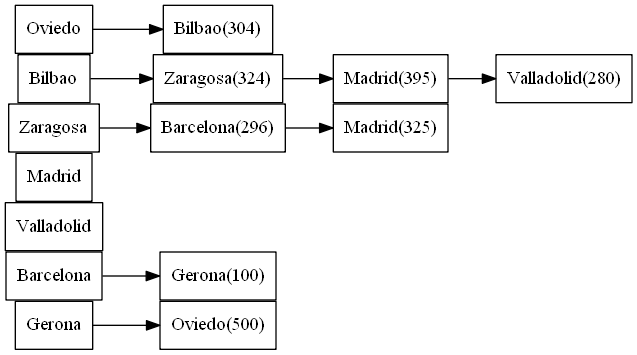
The Graphviz diagram [EDD]Proyecto2_Junio2020/ListaAdyacencia.png in Sergio-Sebastian/-EDD-Proyecto2_Junio2020_201709159, before a commit. Its source is kept beside it as [EDD]Proyecto2_Junio2020/ListaAdyacencia.dot. The source it was exported from:
```dot
digraph D {
rankdir=LR
node[shape=rectangle]
nodesep=0;

"Oviedo"->"Bilbao(304)";
"Oviedo"->"Bilbao"[style=invis];"Bilbao"->"Zaragosa(324)";
"Zaragosa(324)"->"Madrid(395)";
"Madrid(395)"->"Valladolid(280)";
"Bilbao"->"Zaragosa"[style=invis];"Zaragosa"->"Barcelona(296)";
"Barcelona(296)"->"Madrid(325)";
"Zaragosa"->"Madrid"[style=invis];"Madrid"->"Valladolid"[style=invis];"Valladolid"->"Barcelona"[style=invis];"Barcelona"->"Gerona(100)";
"Barcelona"->"Gerona"[style=invis];"Gerona"->"Oviedo(500)";
{rank=same;"Oviedo";"Bilbao";"Bilbao";"Zaragosa";"Zaragosa";"Madrid";"Valladolid";"Barcelona";"Barcelona";"Gerona";"Gerona";}

}
```
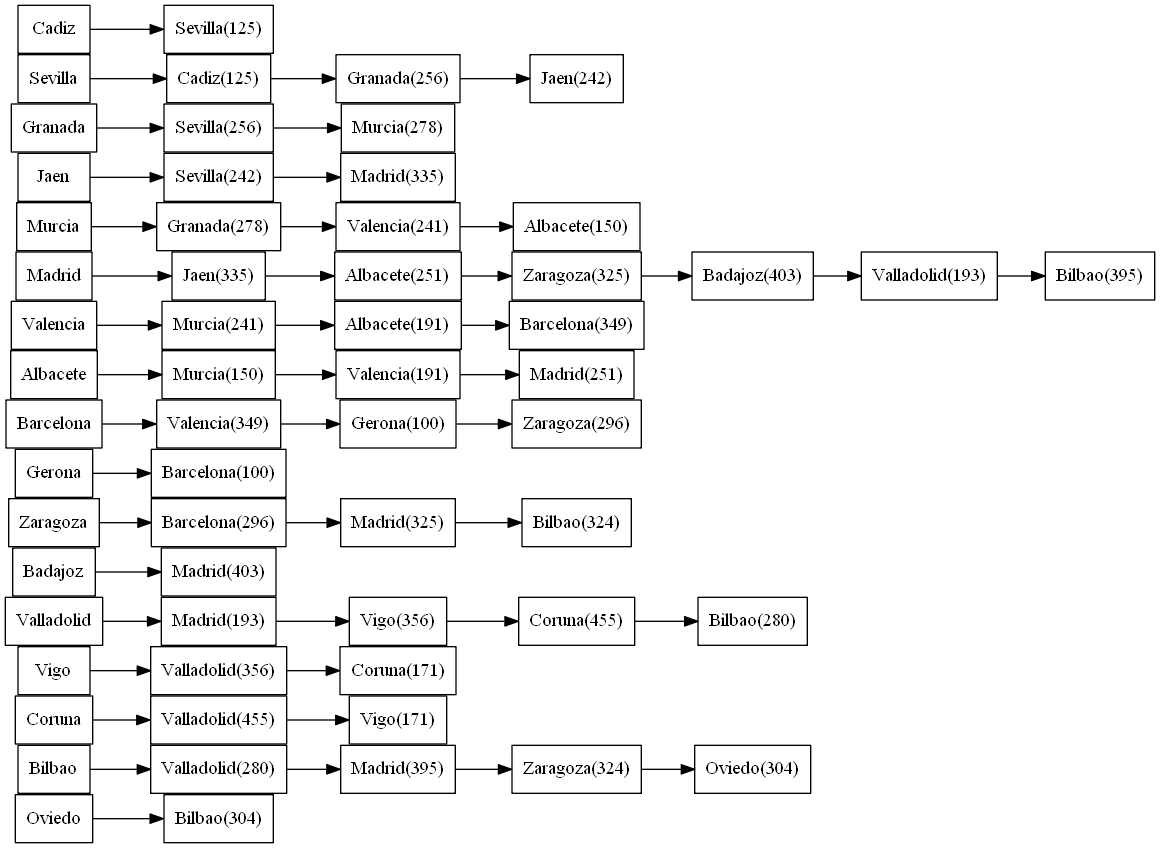
The same diagram one commit later.

The edit, as a diff of the source:
```diff
@@ -3,14 +3,50 @@
 node[shape=rectangle]
 nodesep=0;
 
-"Oviedo"->"Bilbao(304)";
-"Oviedo"->"Bilbao"[style=invis];"Bilbao"->"Zaragosa(324)";
-"Zaragosa(324)"->"Madrid(395)";
-"Madrid(395)"->"Valladolid(280)";
-"Bilbao"->"Zaragosa"[style=invis];"Zaragosa"->"Barcelona(296)";
+"Cadiz"->"Sevilla(125)";
+"Cadiz"->"Sevilla"[style=invis];"Sevilla"->"Cadiz(125)";
+"Cadiz(125)"->"Granada(256)";
+"Granada(256)"->"Jaen(242)";
+"Sevilla"->"Granada"[style=invis];"Granada"->"Sevilla(256)";
+"Sevilla(256)"->"Murcia(278)";
+"Granada"->"Jaen"[style=invis];"Jaen"->"Sevilla(242)";
+"Sevilla(242)"->"Madrid(335)";
+"Jaen"->"Murcia"[style=invis];"Murcia"->"Granada(278)";
+"Granada(278)"->"Valencia(241)";
+"Valencia(241)"->"Albacete(150)";
+"Murcia"->"Madrid"[style=invis];"Madrid"->"Jaen(335)";
+"Jaen(335)"->"Albacete(251)";
+"Albacete(251)"->"Zaragoza(325)";
+"Zaragoza(325)"->"Badajoz(403)";
+"Badajoz(403)"->"Valladolid(193)";
+"Valladolid(193)"->"Bilbao(395)";
+"Madrid"->"Valencia"[style=invis];"Valencia"->"Murcia(241)";
+"Murcia(241)"->"Albacete(191)";
+"Albacete(191)"->"Barcelona(349)";
+"Valencia"->"Albacete"[style=invis];"Albacete"->"Murcia(150)";
+"Murcia(150)"->"Valencia(191)";
+"Valencia(191)"->"Madrid(251)";
+"Albacete"->"Barcelona"[style=invis];"Barcelona"->"Valencia(349)";
+"Valencia(349)"->"Gerona(100)";
+"Gerona(100)"->"Zaragoza(296)";
+"Barcelona"->"Gerona"[style=invis];"Gerona"->"Barcelona(100)";
+"Gerona"->"Zaragoza"[style=invis];"Zaragoza"->"Barcelona(296)";
 "Barcelona(296)"->"Madrid(325)";
-"Zaragosa"->"Madrid"[style=invis];"Madrid"->"Valladolid"[style=invis];"Valladolid"->"Barcelona"[style=invis];"Barcelona"->"Gerona(100)";
-"Barcelona"->"Gerona"[style=invis];"Gerona"->"Oviedo(500)";
-{rank=same;"Oviedo";"Bilbao";"Bilbao";"Zaragosa";"Zaragosa";"Madrid";"Valladolid";"Barcelona";"Barcelona";"Gerona";"Gerona";}
+"Madrid(325)"->"Bilbao(324)";
+"Zaragoza"->"Badajoz"[style=invis];"Badajoz"->"Madrid(403)";
+"Badajoz"->"Valladolid"[style=invis];"Valladolid"->"Madrid(193)";
+"Madrid(193)"->"Vigo(356)";
+"Vigo(356)"->"Coruna(455)";
+"Coruna(455)"->"Bilbao(280)";
+"Valladolid"->"Vigo"[style=invis];"Vigo"->"Valladolid(356)";
+"Valladolid(356)"->"Coruna(171)";
+"Vigo"->"Coruna"[style=invis];"Coruna"->"Valladolid(455)";
+"Valladolid(455)"->"Vigo(171)";
+"Coruna"->"Bilbao"[style=invis];"Bilbao"->"Valladolid(280)";
+"Valladolid(280)"->"Madrid(395)";
+"Madrid(395)"->"Zaragoza(324)";
+"Zaragoza(324)"->"Oviedo(304)";
+"Bilbao"->"Oviedo"[style=invis];"Oviedo"->"Bilbao(304)";
+{rank=same;"Cadiz";"Sevilla";"Sevilla";"Granada";"Granada";"Jaen";"Jaen";"Murcia";"Murcia";"Madrid";"Madrid";"Valencia";"Valencia";"Albacete";"Albacete";"Barcelona";"Barcelona";"Gerona";"Gerona";"Zaragoza";"Zaragoza";"Badajoz";"Badajoz";"Valladolid";"Valladolid";"Vigo";"Vigo";"Coruna";"Coruna";"Bilbao";"Bilbao";"Oviedo";"Oviedo";}
 
 }
```
